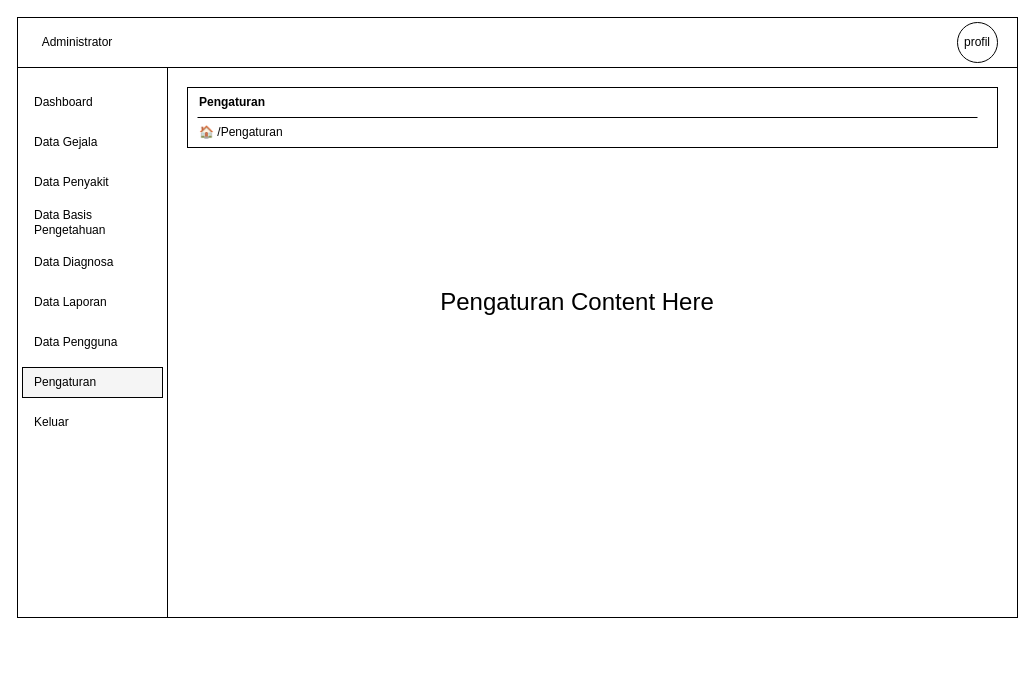
Above: diagram/desain/pengaturan.drawio in NarmadaWeb/pakar-jagung (draw.io), before the change. Source tidied: cells renumbered, new cells numbered last; positions are measured from the earlier drawing's top-left corner, leaving out a move shared by most shapes. Both pictures are drawn from the tidied source at 100%, with x=0, y=0 at pixel (17, 17).
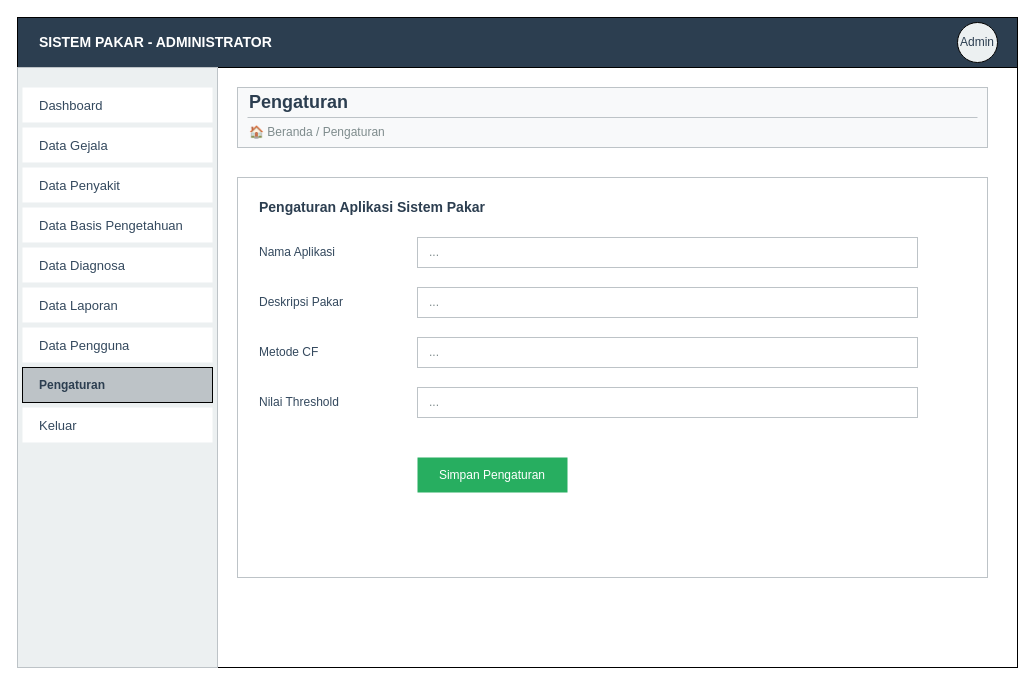
After the change.

The edit, as a diff of the source:
```diff
@@
-    <mxCell id="2" style="rounded=0;whiteSpace=wrap;html=1;" parent="1" vertex="1">
-      <mxGeometry width="1000" height="600" as="geometry" />
+    <mxCell id="2" style="rounded=0;whiteSpace=wrap;html=1;fillColor=#ffffff;" parent="1" vertex="1">
+      <mxGeometry width="1000" height="650" as="geometry" />
     </mxCell>
-    <mxCell id="3" style="rounded=0;whiteSpace=wrap;html=1;" parent="1" vertex="1">
+    <mxCell id="3" style="rounded=0;whiteSpace=wrap;html=1;fillColor=#2c3e50;fontColor=#ffffff;" parent="1" vertex="1">
       <mxGeometry width="1000" height="50" as="geometry" />
     </mxCell>
-    <mxCell id="4" value="Administrator" style="text;html=1;strokeColor=none;fillColor=none;align=center;verticalAlign=middle;whiteSpace=wrap;rounded=0;" parent="1" vertex="1">
-      <mxGeometry x="10" y="10" width="100" height="30" as="geometry" />
+    <mxCell id="4" value="SISTEM PAKAR - ADMINISTRATOR" style="text;html=1;strokeColor=none;fillColor=none;align=left;verticalAlign=middle;whiteSpace=wrap;rounded=0;fontColor=#ffffff;fontStyle=1;fontSize=14;" parent="1" vertex="1">
+      <mxGeometry x="20" y="10" width="300" height="30" as="geometry" />
     </mxCell>
-    <mxCell id="5" value="profil" style="ellipse;whiteSpace=wrap;html=1;" parent="1" vertex="1">
+    <mxCell id="5" value="Admin" style="ellipse;whiteSpace=wrap;html=1;fillColor=#ecf0f1;fontColor=#2c3e50;" parent="1" vertex="1">
       <mxGeometry x="940" y="5" width="40" height="40" as="geometry" />
     </mxCell>
-    <mxCell id="6" style="rounded=0;whiteSpace=wrap;html=1;" parent="1" vertex="1">
-      <mxGeometry y="50" width="150" height="550" as="geometry" />
+    <mxCell id="6" style="rounded=0;whiteSpace=wrap;html=1;fillColor=#ecf0f1;strokeColor=#bdc3c7;" parent="1" vertex="1">
+      <mxGeometry y="50" width="200" height="600" as="geometry" />
     </mxCell>
-    <mxCell id="7" value="Dashboard" style="rounded=0;whiteSpace=wrap;html=1;strokeColor=none;align=left;spacingLeft=10;" parent="1" vertex="1">
-      <mxGeometry x="5" y="70" width="140" height="30" as="geometry" />
+    <mxCell id="7" value="Dashboard" style="rounded=0;whiteSpace=wrap;html=1;strokeColor=none;align=left;spacingLeft=15;fontColor=#34495e;fontSize=13;" parent="1" vertex="1">
+      <mxGeometry x="5" y="70" width="190" height="35" as="geometry" />
     </mxCell>
-    <mxCell id="8" value="Data Gejala" style="rounded=0;whiteSpace=wrap;html=1;strokeColor=none;align=left;spacingLeft=10;" parent="1" vertex="1">
-      <mxGeometry x="5" y="110" width="140" height="30" as="geometry" />
+    <mxCell id="8" value="Data Gejala" style="rounded=0;whiteSpace=wrap;html=1;strokeColor=none;align=left;spacingLeft=15;fontColor=#34495e;fontSize=13;" parent="1" vertex="1">
+      <mxGeometry x="5" y="110" width="190" height="35" as="geometry" />
     </mxCell>
-    <mxCell id="9" value="Data Penyakit" style="rounded=0;whiteSpace=wrap;html=1;strokeColor=none;align=left;spacingLeft=10;" parent="1" vertex="1">
-      <mxGeometry x="5" y="150" width="140" height="30" as="geometry" />
+    <mxCell id="9" value="Data Penyakit" style="rounded=0;whiteSpace=wrap;html=1;strokeColor=none;align=left;spacingLeft=15;fontColor=#34495e;fontSize=13;" parent="1" vertex="1">
+      <mxGeometry x="5" y="150" width="190" height="35" as="geometry" />
     </mxCell>
-    <mxCell id="10" value="Data Basis Pengetahuan" style="rounded=0;whiteSpace=wrap;html=1;strokeColor=none;align=left;spacingLeft=10;" parent="1" vertex="1">
-      <mxGeometry x="5" y="190" width="140" height="30" as="geometry" />
+    <mxCell id="10" value="Data Basis Pengetahuan" style="rounded=0;whiteSpace=wrap;html=1;strokeColor=none;align=left;spacingLeft=15;fontColor=#34495e;fontSize=13;" parent="1" vertex="1">
+      <mxGeometry x="5" y="190" width="190" height="35" as="geometry" />
     </mxCell>
-    <mxCell id="11" value="Data Diagnosa" style="rounded=0;whiteSpace=wrap;html=1;strokeColor=none;align=left;spacingLeft=10;" parent="1" vertex="1">
-      <mxGeometry x="5" y="230" width="140" height="30" as="geometry" />
+    <mxCell id="11" value="Data Diagnosa" style="rounded=0;whiteSpace=wrap;html=1;strokeColor=none;align=left;spacingLeft=15;fontColor=#34495e;fontSize=13;" parent="1" vertex="1">
+      <mxGeometry x="5" y="230" width="190" height="35" as="geometry" />
     </mxCell>
-    <mxCell id="12" value="Data Laporan" style="rounded=0;whiteSpace=wrap;html=1;strokeColor=none;align=left;spacingLeft=10;" parent="1" vertex="1">
-      <mxGeometry x="5" y="270" width="140" height="30" as="geometry" />
+    <mxCell id="12" value="Data Laporan" style="rounded=0;whiteSpace=wrap;html=1;strokeColor=none;align=left;spacingLeft=15;fontColor=#34495e;fontSize=13;" parent="1" vertex="1">
+      <mxGeometry x="5" y="270" width="190" height="35" as="geometry" />
     </mxCell>
-    <mxCell id="13" value="Data Pengguna" style="rounded=0;whiteSpace=wrap;html=1;strokeColor=none;align=left;spacingLeft=10;" parent="1" vertex="1">
-      <mxGeometry x="5" y="310" width="140" height="30" as="geometry" />
+    <mxCell id="13" value="Data Pengguna" style="rounded=0;whiteSpace=wrap;html=1;strokeColor=none;align=left;spacingLeft=15;fontColor=#34495e;fontSize=13;" parent="1" vertex="1">
+      <mxGeometry x="5" y="310" width="190" height="35" as="geometry" />
     </mxCell>
-    <mxCell id="14" value="Pengaturan" style="rounded=0;whiteSpace=wrap;html=1;align=left;spacingLeft=10;fillColor=#f5f5f5;" parent="1" vertex="1">
-      <mxGeometry x="5" y="350" width="140" height="30" as="geometry" />
+    <mxCell id="14" value="Pengaturan" style="rounded=0;whiteSpace=wrap;html=1;align=left;spacingLeft=15;fillColor=#bdc3c7;fontColor=#2c3e50;fontStyle=1;" parent="1" vertex="1">
+      <mxGeometry x="5" y="350" width="190" height="35" as="geometry" />
     </mxCell>
-    <mxCell id="15" value="Keluar" style="rounded=0;whiteSpace=wrap;html=1;strokeColor=none;align=left;spacingLeft=10;" parent="1" vertex="1">
-      <mxGeometry x="5" y="390" width="140" height="30" as="geometry" />
+    <mxCell id="15" value="Keluar" style="rounded=0;whiteSpace=wrap;html=1;strokeColor=none;align=left;spacingLeft=15;fontColor=#34495e;fontSize=13;" parent="1" vertex="1">
+      <mxGeometry x="5" y="390" width="190" height="35" as="geometry" />
     </mxCell>
-    <mxCell id="16" style="rounded=0;whiteSpace=wrap;html=1;" parent="1" vertex="1">
-      <mxGeometry x="170" y="70" width="810" height="60" as="geometry" />
+    <mxCell id="16" style="rounded=0;whiteSpace=wrap;html=1;strokeColor=#bdc3c7;fillColor=#f8f9fa;" parent="1" vertex="1">
+      <mxGeometry x="220" y="70" width="750" height="60" as="geometry" />
     </mxCell>
-    <mxCell id="17" value="Pengaturan" style="text;html=1;strokeColor=none;fillColor=none;align=left;verticalAlign=middle;whiteSpace=wrap;rounded=0;fontStyle=1;" parent="1" vertex="1">
-      <mxGeometry x="180" y="75" width="200" height="20" as="geometry" />
+    <mxCell id="17" value="Pengaturan" style="text;html=1;strokeColor=none;fillColor=none;align=left;verticalAlign=middle;whiteSpace=wrap;rounded=0;fontStyle=1;fontSize=18;fontColor=#2c3e50;" parent="1" vertex="1">
+      <mxGeometry x="230" y="75" width="200" height="20" as="geometry" />
     </mxCell>
-    <mxCell id="18" style="endArrow=none;html=1;" parent="1" edge="1">
+    <mxCell id="18" style="endArrow=none;html=1;strokeColor=#bdc3c7;" parent="1" edge="1">
       <mxGeometry relative="1" as="geometry">
-        <mxPoint x="180" y="100" as="sourcePoint" />
+        <mxPoint x="230" y="100" as="sourcePoint" />
         <mxPoint x="960" y="100" as="targetPoint" />
       </mxGeometry>
     </mxCell>
-    <mxCell id="19" value="🏠 /Pengaturan" style="text;html=1;strokeColor=none;fillColor=none;align=left;verticalAlign=middle;whiteSpace=wrap;rounded=0;" parent="1" vertex="1">
-      <mxGeometry x="180" y="105" width="200" height="20" as="geometry" />
+    <mxCell id="19" value="🏠 Beranda / Pengaturan" style="text;html=1;strokeColor=none;fillColor=none;align=left;verticalAlign=middle;whiteSpace=wrap;rounded=0;fontSize=12;fontColor=#7f8c8d;" parent="1" vertex="1">
+      <mxGeometry x="230" y="105" width="200" height="20" as="geometry" />
     </mxCell>
-    <mxCell id="20" value="Pengaturan Content Here" style="text;html=1;strokeColor=none;fillColor=none;align=center;verticalAlign=middle;whiteSpace=wrap;rounded=0;fontSize=24;" parent="1" vertex="1">
-      <mxGeometry x="360" y="260" width="400" height="50" as="geometry" />
-    </mxCell>
+    <mxCell id="21" style="rounded=0;whiteSpace=wrap;html=1;strokeColor=#bdc3c7;fillColor=#ffffff;" parent="1" vertex="1">
+      <mxGeometry x="220" y="160" width="750" height="400" as="geometry" />
+    </mxCell>
+    <mxCell id="22" value="Pengaturan Aplikasi Sistem Pakar" style="text;html=1;strokeColor=none;fillColor=none;align=left;verticalAlign=middle;whiteSpace=wrap;rounded=0;fontStyle=1;fontSize=14;fontColor=#2c3e50;" parent="1" vertex="1">
+      <mxGeometry x="240" y="180" width="300" height="20" as="geometry" />
+    </mxCell>
+    <mxCell id="23" value="Nama Aplikasi" style="text;html=1;strokeColor=none;fillColor=none;align=left;verticalAlign=middle;whiteSpace=wrap;rounded=0;fontColor=#34495e;" parent="1" vertex="1">
+      <mxGeometry x="240" y="220" width="150" height="30" as="geometry" />
+    </mxCell>
+    <mxCell id="24" value="..." style="rounded=0;whiteSpace=wrap;html=1;fillColor=#ffffff;strokeColor=#bdc3c7;align=left;spacingLeft=10;fontColor=#7f8c8d;" parent="1" vertex="1">
+      <mxGeometry x="400" y="220" width="500" height="30" as="geometry" />
+    </mxCell>
+    <mxCell id="25" value="Deskripsi Pakar" style="text;html=1;strokeColor=none;fillColor=none;align=left;verticalAlign=middle;whiteSpace=wrap;rounded=0;fontColor=#34495e;" parent="1" vertex="1">
+      <mxGeometry x="240" y="270" width="150" height="30" as="geometry" />
+    </mxCell>
+    <mxCell id="26" value="..." style="rounded=0;whiteSpace=wrap;html=1;fillColor=#ffffff;strokeColor=#bdc3c7;align=left;spacingLeft=10;fontColor=#7f8c8d;" parent="1" vertex="1">
+      <mxGeometry x="400" y="270" width="500" height="30" as="geometry" />
+    </mxCell>
+    <mxCell id="27" value="Metode CF" style="text;html=1;strokeColor=none;fillColor=none;align=left;verticalAlign=middle;whiteSpace=wrap;rounded=0;fontColor=#34495e;" parent="1" vertex="1">
+      <mxGeometry x="240" y="320" width="150" height="30" as="geometry" />
+    </mxCell>
+    <mxCell id="28" value="..." style="rounded=0;whiteSpace=wrap;html=1;fillColor=#ffffff;strokeColor=#bdc3c7;align=left;spacingLeft=10;fontColor=#7f8c8d;" parent="1" vertex="1">
+      <mxGeometry x="400" y="320" width="500" height="30" as="geometry" />
+    </mxCell>
+    <mxCell id="29" value="Nilai Threshold" style="text;html=1;strokeColor=none;fillColor=none;align=left;verticalAlign=middle;whiteSpace=wrap;rounded=0;fontColor=#34495e;" parent="1" vertex="1">
+      <mxGeometry x="240" y="370" width="150" height="30" as="geometry" />
+    </mxCell>
+    <mxCell id="30" value="..." style="rounded=0;whiteSpace=wrap;html=1;fillColor=#ffffff;strokeColor=#bdc3c7;align=left;spacingLeft=10;fontColor=#7f8c8d;" parent="1" vertex="1">
+      <mxGeometry x="400" y="370" width="500" height="30" as="geometry" />
+    </mxCell>
+    <mxCell id="31" value="Simpan Pengaturan" style="rounded=0;whiteSpace=wrap;html=1;fillColor=#27ae60;fontColor=#ffffff;strokeColor=none;" parent="1" vertex="1">
+      <mxGeometry x="400" y="440" width="150" height="35" as="geometry" />
+    </mxCell>
```
